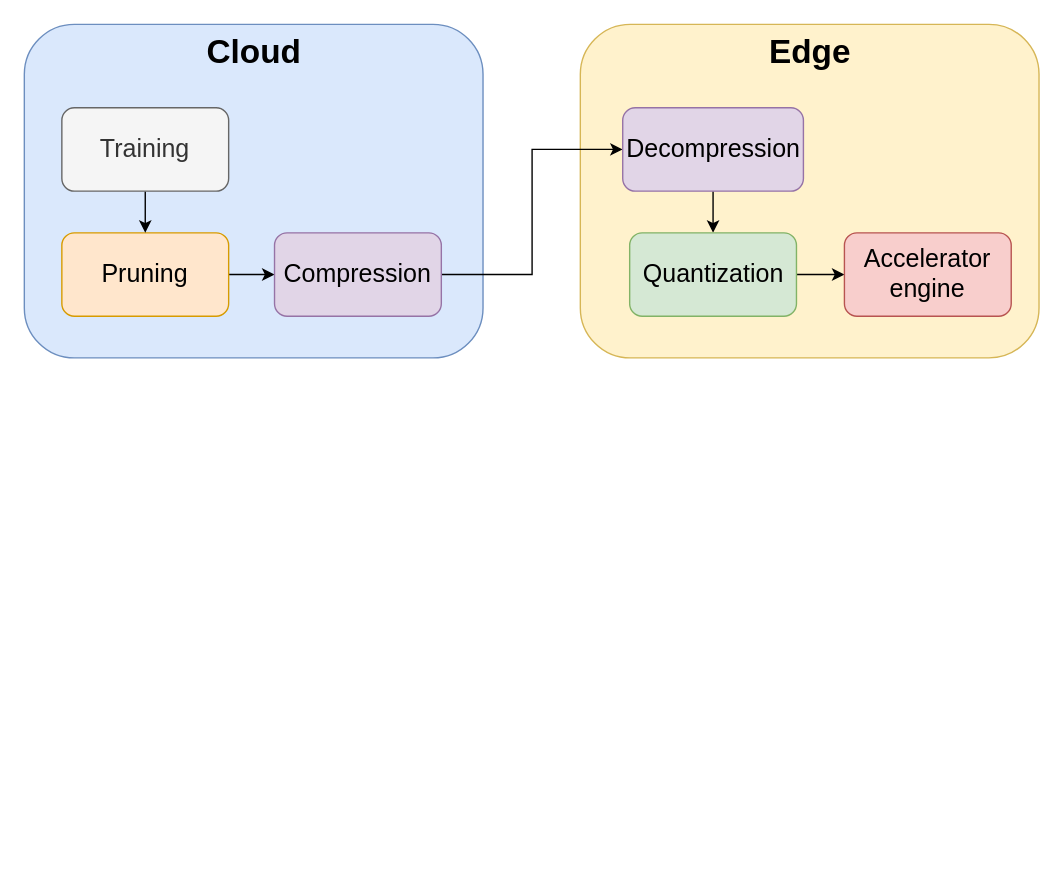
Earlier version of the draw.io diagram Document/imgs/methodology.drawio (a-mruiz/TFM). Source tidied: cells renumbered, new cells numbered last; positions are measured from the earlier drawing's top-left corner, leaving out a move shared by most shapes. Both pictures are drawn from the tidied source at 139%, with x=0, y=0 at pixel (24, 24).
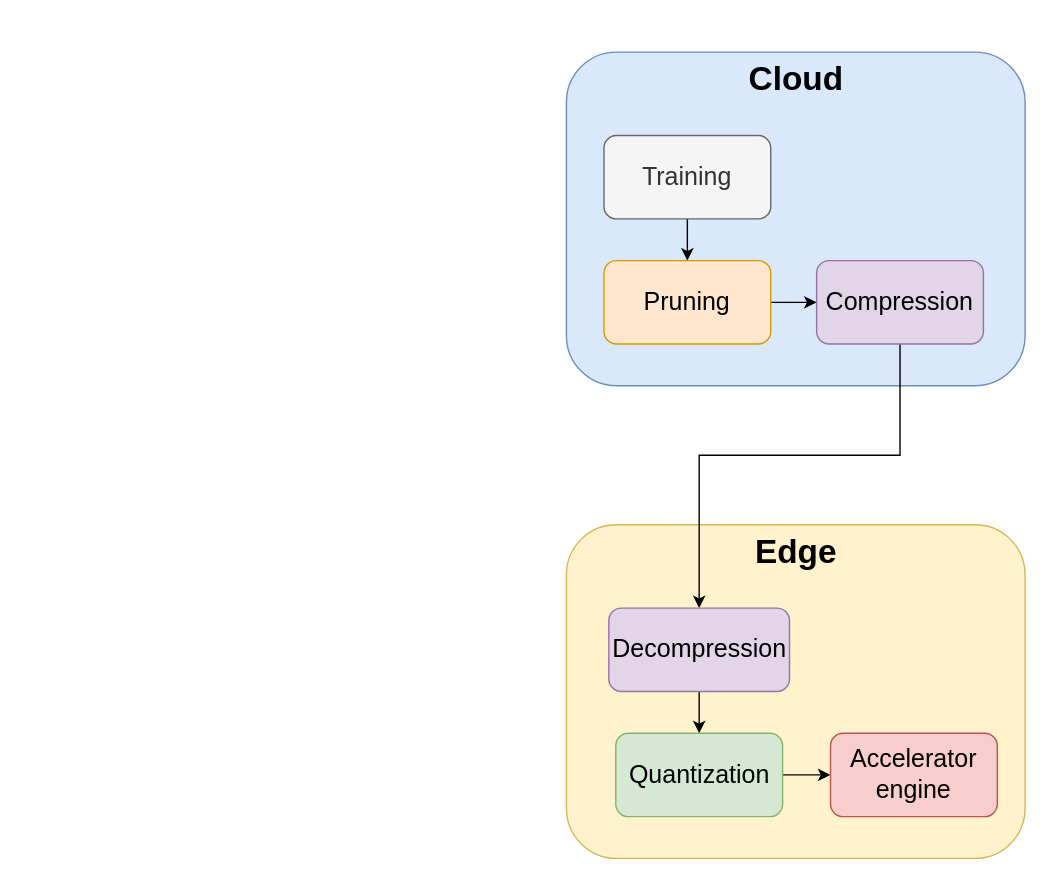
The same page after the edit.

The edit, as a diff of the source:
```diff
@@
 <mxGraphModel>
   <root>
     <mxCell id="0" />
     <mxCell id="1" parent="0" />
     <mxCell id="2" style="rounded=1;whiteSpace=wrap;html=1;fillColor=#dae8fc;strokeColor=#6c8ebf;" parent="1" vertex="1">
-      <mxGeometry width="330" height="240" as="geometry" />
+      <mxGeometry x="390" y="20" width="330" height="240" as="geometry" />
     </mxCell>
     <mxCell id="3" style="edgeStyle=orthogonalEdgeStyle;rounded=0;jettySize=auto;html=1;fontSize=18;" parent="1" edge="1" source="4" target="9">
       <mxGeometry relative="1" as="geometry" />
     </mxCell>
     <mxCell id="4" value="&lt;font style=&quot;font-size: 18px;&quot;&gt;Pruning&lt;/font&gt;" style="rounded=1;whiteSpace=wrap;html=1;fillColor=#ffe6cc;strokeColor=#d79b00;" parent="1" vertex="1">
-      <mxGeometry x="27" y="150" width="120" height="60" as="geometry" />
+      <mxGeometry x="417" y="170" width="120" height="60" as="geometry" />
     </mxCell>
     <mxCell id="5" style="rounded=1;whiteSpace=wrap;html=1;fillColor=#fff2cc;strokeColor=#d6b656;" parent="1" vertex="1">
-      <mxGeometry x="400" width="330" height="240" as="geometry" />
+      <mxGeometry x="390" y="360" width="330" height="240" as="geometry" />
     </mxCell>
     <mxCell id="6" value="&lt;font size=&quot;1&quot; style=&quot;&quot;&gt;&lt;b style=&quot;font-size: 24px;&quot;&gt;Cloud&lt;/b&gt;&lt;/font&gt;" style="text;html=1;align=center;verticalAlign=middle;strokeColor=none;fillColor=none;" parent="1" vertex="1">
-      <mxGeometry x="125" y="10" width="80" height="20" as="geometry" />
+      <mxGeometry x="515" y="30" width="80" height="20" as="geometry" />
     </mxCell>
     <mxCell id="7" value="&lt;font size=&quot;1&quot; style=&quot;&quot;&gt;&lt;b style=&quot;font-size: 24px;&quot;&gt;Edge&lt;/b&gt;&lt;/font&gt;" style="text;html=1;align=center;verticalAlign=middle;strokeColor=none;fillColor=none;" parent="1" vertex="1">
-      <mxGeometry x="530" y="10" width="70" height="20" as="geometry" />
+      <mxGeometry x="520" y="370" width="70" height="20" as="geometry" />
     </mxCell>
-    <mxCell id="8" style="edgeStyle=orthogonalEdgeStyle;rounded=0;jettySize=auto;html=1;entryX=0;entryY=0.5;entryDx=0;entryDy=0;fontSize=18;" parent="1" edge="1" source="9" target="13">
-      <mxGeometry relative="1" as="geometry" />
+    <mxCell id="8" style="edgeStyle=orthogonalEdgeStyle;rounded=0;jettySize=auto;html=1;entryX=0.5;entryY=0;entryDx=0;entryDy=0;fontSize=18;exitX=0.5;exitY=1;exitDx=0;exitDy=0;" parent="1" edge="1" source="9" target="13">
+      <mxGeometry relative="1" as="geometry">
+        <Array as="points">
+          <mxPoint x="630" y="310" />
+          <mxPoint x="486" y="310" />
+        </Array>
+      </mxGeometry>
     </mxCell>
     <mxCell id="9" value="&lt;font style=&quot;font-size: 18px;&quot;&gt;Compression&lt;/font&gt;" style="rounded=1;whiteSpace=wrap;html=1;fillColor=#e1d5e7;strokeColor=#9673a6;" parent="1" vertex="1">
-      <mxGeometry x="180" y="150" width="120" height="60" as="geometry" />
+      <mxGeometry x="570" y="170" width="120" height="60" as="geometry" />
     </mxCell>
     <mxCell id="10" style="edgeStyle=orthogonalEdgeStyle;rounded=0;jettySize=auto;html=1;entryX=0.5;entryY=0;entryDx=0;entryDy=0;fontSize=18;" parent="1" edge="1" source="11" target="4">
       <mxGeometry relative="1" as="geometry" />
     </mxCell>
     <mxCell id="11" value="&lt;font style=&quot;font-size: 18px;&quot;&gt;Training&lt;/font&gt;" style="rounded=1;whiteSpace=wrap;html=1;fillColor=#f5f5f5;fontColor=#333333;strokeColor=#666666;" parent="1" vertex="1">
-      <mxGeometry x="27" y="60" width="120" height="60" as="geometry" />
+      <mxGeometry x="417" y="80" width="120" height="60" as="geometry" />
     </mxCell>
     <mxCell id="12" style="edgeStyle=orthogonalEdgeStyle;rounded=0;jettySize=auto;html=1;entryX=0.5;entryY=0;entryDx=0;entryDy=0;fontSize=18;" parent="1" edge="1" source="13" target="15">
       <mxGeometry relative="1" as="geometry" />
     </mxCell>
     <mxCell id="13" value="&lt;font style=&quot;font-size: 18px;&quot;&gt;Decompression&lt;/font&gt;" style="rounded=1;whiteSpace=wrap;html=1;fillColor=#e1d5e7;strokeColor=#9673a6;" parent="1" vertex="1">
-      <mxGeometry x="430.5" y="60" width="130" height="60" as="geometry" />
+      <mxGeometry x="420.5" y="420" width="130" height="60" as="geometry" />
     </mxCell>
     <mxCell id="14" style="edgeStyle=orthogonalEdgeStyle;rounded=0;jettySize=auto;html=1;fontSize=18;" parent="1" edge="1" source="15" target="16">
       <mxGeometry relative="1" as="geometry" />
     </mxCell>
     <mxCell id="15" value="&lt;font style=&quot;font-size: 18px;&quot;&gt;Quantization&lt;/font&gt;" style="rounded=1;whiteSpace=wrap;html=1;fillColor=#d5e8d4;strokeColor=#82b366;" parent="1" vertex="1">
-      <mxGeometry x="435.5" y="150" width="120" height="60" as="geometry" />
+      <mxGeometry x="425.5" y="510" width="120" height="60" as="geometry" />
     </mxCell>
     <mxCell id="16" value="&lt;font style=&quot;font-size: 18px;&quot;&gt;Accelerator&lt;br&gt;engine&lt;br&gt;&lt;/font&gt;" style="rounded=1;whiteSpace=wrap;html=1;fillColor=#f8cecc;strokeColor=#b85450;" parent="1" vertex="1">
-      <mxGeometry x="590" y="150" width="120" height="60" as="geometry" />
+      <mxGeometry x="580" y="510" width="120" height="60" as="geometry" />
     </mxCell>
   </root>
 </mxGraphModel>
```
